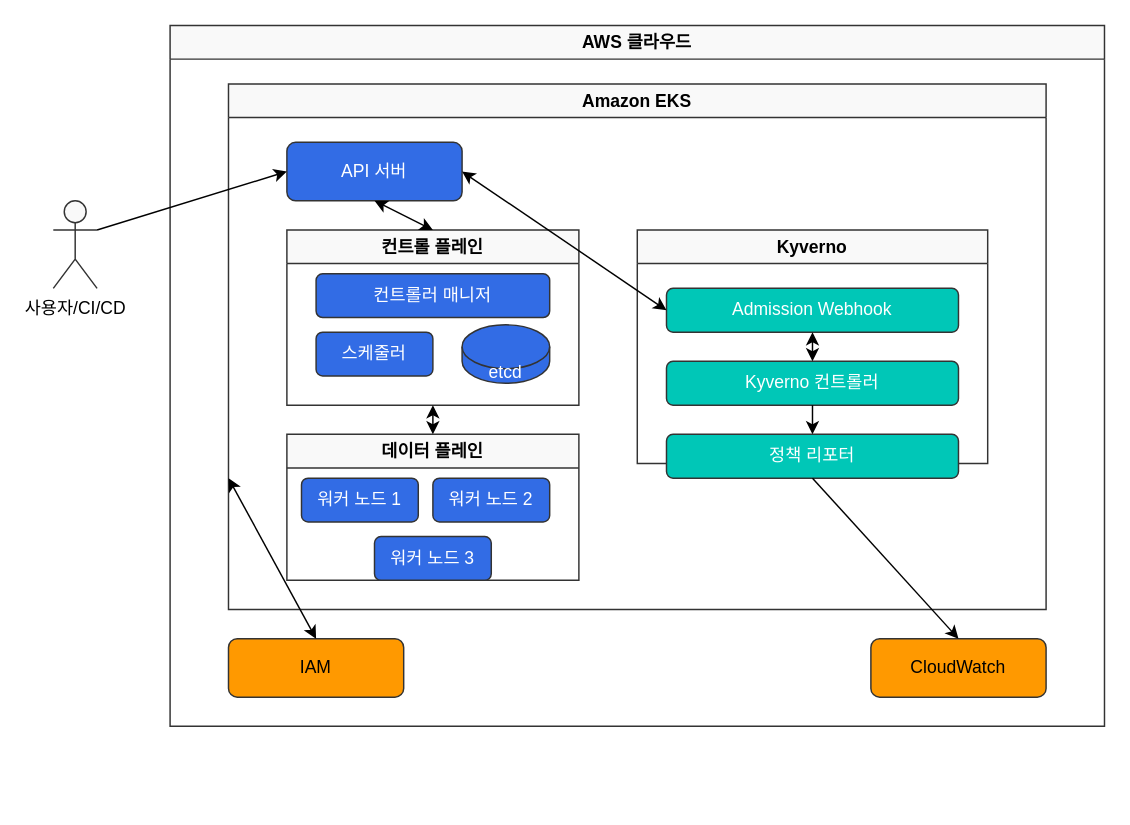
The draw.io diagram assets/generated-diagrams/eks_kyverno_integration.drawio in Atom-oh/kubernetes-docs, before the edit. Source tidied: cells renumbered, new cells numbered last; positions are measured from the earlier drawing's top-left corner, leaving out a move shared by most shapes. Both pictures are drawn from the tidied source at 146%, with x=0, y=0 at pixel (53, 25).
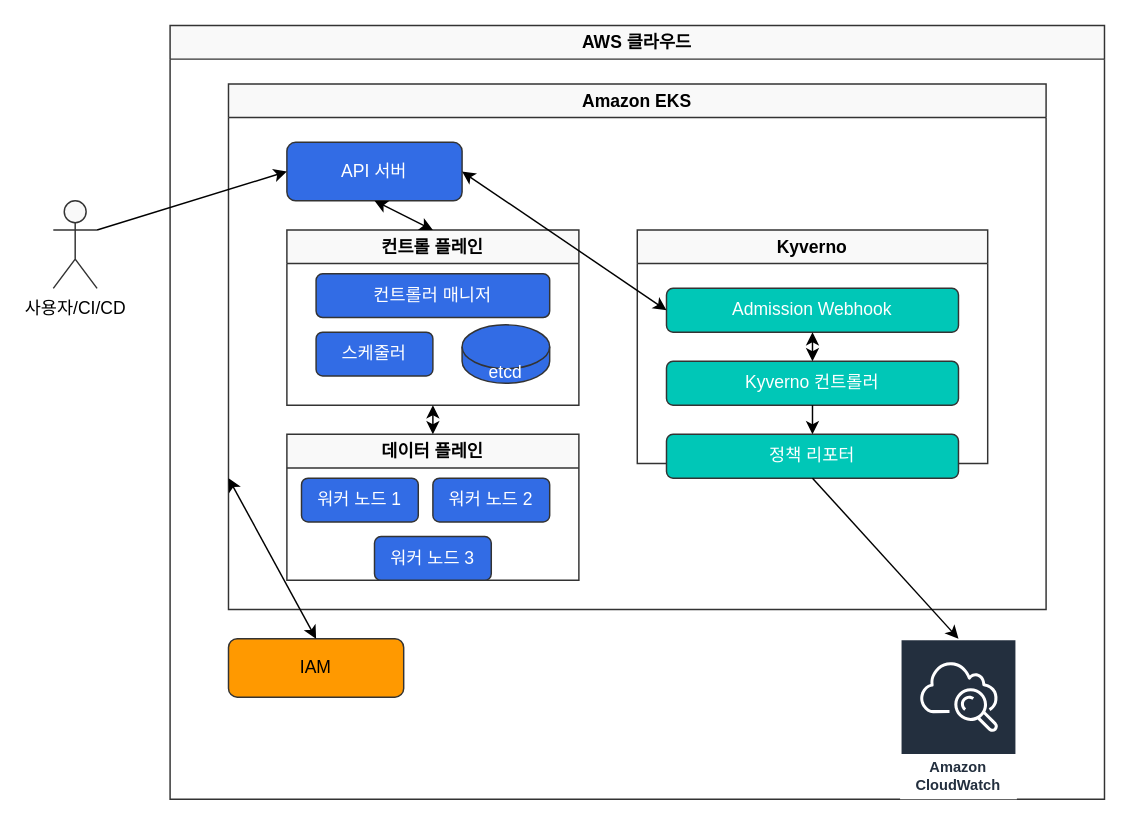
The same page after the edit.

Unchanged cells that the change refers to:
```xml
<mxCell id="16" value="정책 리포터" style="rounded=1;whiteSpace=wrap;html=1;fillColor=#00C7B7;strokeColor=#333333;strokeWidth=1;fontColor=#FFFFFF;" parent="13" vertex="1">
  <mxGeometry x="20" y="140" width="200" height="30" as="geometry" />
</mxCell>
```

What changed in the source:
```diff
@@
     <mxCell id="2" value="AWS 클라우드" style="swimlane;whiteSpace=wrap;html=1;fillColor=#f9f9f9;strokeColor=#333333;strokeWidth=1;" parent="1" vertex="1">
-      <mxGeometry x="80" width="640" height="480" as="geometry" />
+      <mxGeometry x="80" width="640" height="530" as="geometry" />
     </mxCell>
@@
-    <mxCell id="18" value="CloudWatch" style="rounded=1;whiteSpace=wrap;html=1;fillColor=#FF9900;strokeColor=#333333;strokeWidth=1;fontColor=#000000;" parent="2" vertex="1">
-      <mxGeometry x="480" y="420" width="120" height="40" as="geometry" />
-    </mxCell>
+    <mxCell id="28" value="Amazon CloudWatch" style="sketch=0;fontColor=#232F3E;gradientColor=none;strokeColor=#ffffff;fillColor=#232F3E;dashed=0;verticalLabelPosition=middle;verticalAlign=bottom;align=center;html=1;whiteSpace=wrap;fontSize=10;fontStyle=1;spacing=3;shape=mxgraph.aws4.productIcon;prIcon=mxgraph.aws4.cloudwatch;" parent="2" vertex="1">
+      <mxGeometry x="500" y="420" width="80" height="110" as="geometry" />
+    </mxCell>
@@
-    <mxCell id="26" style="endArrow=classic;html=1;exitX=0.5;exitY=1;exitDx=0;exitDy=0;entryX=0.5;entryY=0;entryDx=0;entryDy=0;" parent="1" edge="1" source="16" target="18">
-      <mxGeometry relative="1" as="geometry" />
+    <mxCell id="26" style="endArrow=classic;html=1;exitX=0.5;exitY=1;exitDx=0;exitDy=0;entryX=0.5;entryY=0;entryDx=0;entryDy=0;" parent="1" edge="1" source="16">
+      <mxGeometry relative="1" as="geometry">
+        <mxPoint x="620" y="420" as="targetPoint" />
+      </mxGeometry>
     </mxCell>
```
